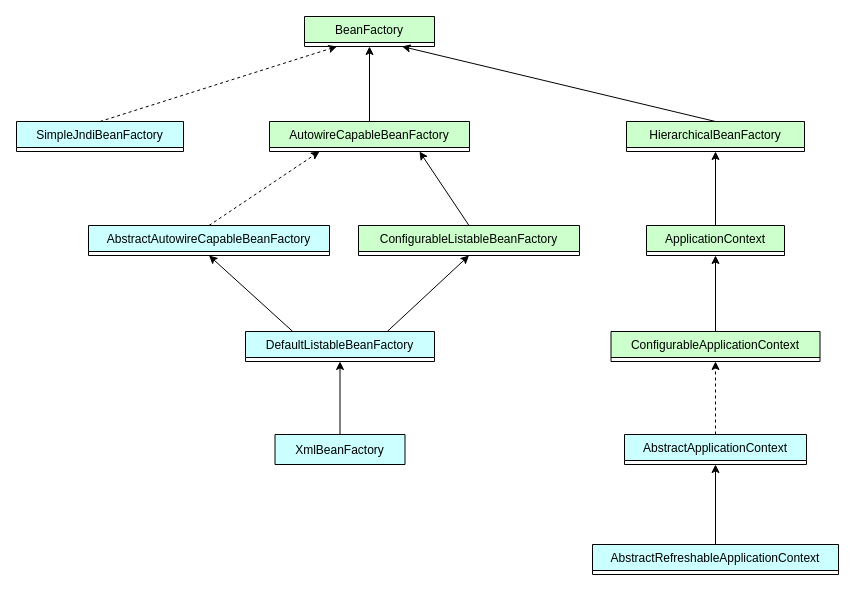
Above: spring/BeanFactory.drawio in MuggleStar/draw_io (draw.io), before the change. Source tidied: cells renumbered, new cells numbered last; positions are measured from the earlier drawing's top-left corner, leaving out a move shared by most shapes. Both pictures are drawn from the tidied source at 100%, with x=0, y=0 at pixel (16, 16).
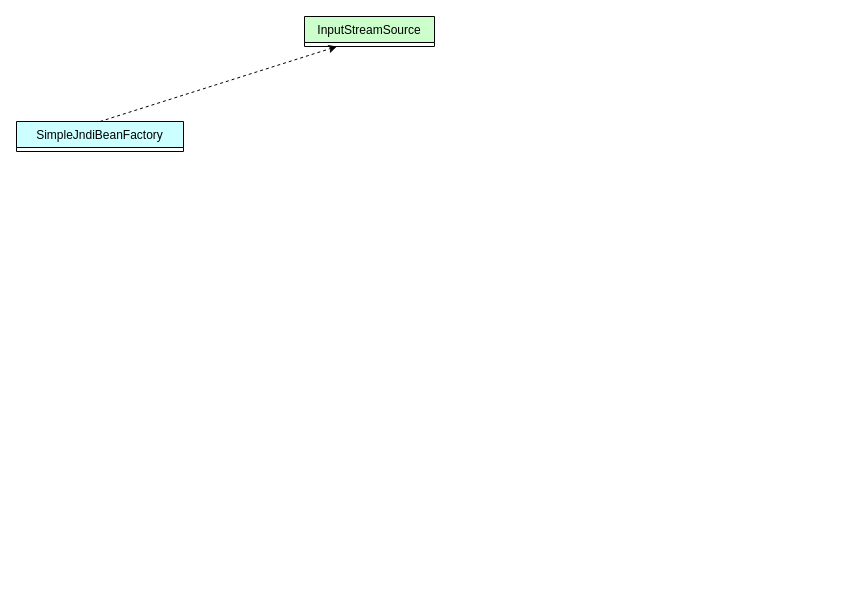
After the change.

Diff of the diagram source:
```diff
@@
-    <mxCell id="2" value="BeanFactory" style="swimlane;fontStyle=0;horizontal=1;startSize=26;fillColor=#CCFFCC;direction=east;strokeColor=default;swimlaneLine=1;glass=0;rounded=0;shadow=0;" parent="1" vertex="1" collapsed="1">
+    <mxCell id="2" value="InputStreamSource" style="swimlane;fontStyle=0;horizontal=1;startSize=26;fillColor=#CCFFCC;direction=east;strokeColor=default;swimlaneLine=1;glass=0;rounded=0;shadow=0;" parent="1" vertex="1" collapsed="1">
       <mxGeometry x="288" width="130" height="30" as="geometry" />
     </mxCell>
-    <mxCell id="3" value="AbstractApplicationContext" style="swimlane;fontStyle=0;horizontal=1;startSize=26;fillColor=#CCFFFF;direction=east;strokeColor=default;swimlaneLine=1;glass=0;rounded=0;shadow=0;" parent="1" vertex="1" collapsed="1">
-      <mxGeometry x="608" y="418" width="182" height="30" as="geometry" />
-    </mxCell>
-    <mxCell id="4" value="AutowireCapableBeanFactory" style="swimlane;fontStyle=0;horizontal=1;startSize=26;fillColor=#CCFFCC;direction=east;strokeColor=default;swimlaneLine=1;glass=0;rounded=0;shadow=0;" parent="1" vertex="1" collapsed="1">
-      <mxGeometry x="253" y="105" width="200" height="30" as="geometry" />
-    </mxCell>
-    <mxCell id="5" value="HierarchicalBeanFactory" style="swimlane;fontStyle=0;horizontal=1;startSize=26;fillColor=#CCFFCC;direction=east;strokeColor=default;swimlaneLine=1;glass=0;rounded=0;shadow=0;" parent="1" vertex="1" collapsed="1">
-      <mxGeometry x="610" y="105" width="178" height="30" as="geometry" />
-    </mxCell>
-    <mxCell id="6" value="ApplicationContext" style="swimlane;fontStyle=0;horizontal=1;startSize=26;fillColor=#CCFFCC;direction=east;strokeColor=default;swimlaneLine=1;glass=0;rounded=0;shadow=0;" parent="1" vertex="1" collapsed="1">
-      <mxGeometry x="630" y="209" width="138" height="30" as="geometry" />
-    </mxCell>
-    <mxCell id="7" value="ConfigurableApplicationContext" style="swimlane;fontStyle=0;horizontal=1;startSize=26;fillColor=#CCFFCC;direction=east;strokeColor=default;swimlaneLine=1;glass=0;rounded=0;shadow=0;" parent="1" vertex="1" collapsed="1">
-      <mxGeometry x="594.5" y="315" width="209" height="30" as="geometry" />
-    </mxCell>
-    <mxCell id="8" value="AbstractRefreshableApplicationContext" style="swimlane;fontStyle=0;horizontal=1;startSize=26;fillColor=#CCFFFF;direction=east;strokeColor=default;swimlaneLine=1;glass=0;rounded=0;shadow=0;" parent="1" vertex="1" collapsed="1">
-      <mxGeometry x="576" y="528" width="246" height="30" as="geometry" />
-    </mxCell>
@@
-    <mxCell id="10" value="ConfigurableListableBeanFactory" style="swimlane;fontStyle=0;horizontal=1;startSize=26;fillColor=#CCFFCC;direction=east;strokeColor=default;swimlaneLine=1;glass=0;rounded=0;shadow=0;" parent="1" vertex="1" collapsed="1">
-      <mxGeometry x="342" y="209" width="221" height="30" as="geometry" />
-    </mxCell>
-    <mxCell id="11" value="AbstractAutowireCapableBeanFactory" style="swimlane;fontStyle=0;horizontal=1;startSize=26;fillColor=#CCFFFF;direction=east;strokeColor=default;swimlaneLine=1;glass=0;rounded=0;shadow=0;" parent="1" vertex="1" collapsed="1">
-      <mxGeometry x="72" y="209" width="241" height="30" as="geometry" />
-    </mxCell>
-    <mxCell id="12" value="DefaultListableBeanFactory" style="swimlane;fontStyle=0;horizontal=1;startSize=26;fillColor=#CCFFFF;direction=east;strokeColor=default;swimlaneLine=1;glass=0;rounded=0;shadow=0;" parent="1" vertex="1" collapsed="1">
-      <mxGeometry x="229" y="315" width="189" height="30" as="geometry" />
-    </mxCell>
-    <mxCell id="13" value="XmlBeanFactory" style="swimlane;fontStyle=0;horizontal=1;startSize=30;fillColor=#CCFFFF;direction=east;strokeColor=default;swimlaneLine=1;glass=0;rounded=0;shadow=0;" parent="1" vertex="1" collapsed="1">
-      <mxGeometry x="258.5" y="418" width="130" height="30" as="geometry" />
-    </mxCell>
-    <mxCell id="14" style="endArrow=classic;html=1;rounded=0;exitX=0.5;exitY=0;exitDx=0;exitDy=0;entryX=0.5;entryY=1;entryDx=0;entryDy=0;" parent="1" edge="1" source="8" target="3">
-      <mxGeometry relative="1" as="geometry" />
-    </mxCell>
-    <mxCell id="15" style="endArrow=classic;html=1;rounded=0;exitX=0.5;exitY=0;exitDx=0;exitDy=0;entryX=0.5;entryY=1;entryDx=0;entryDy=0;dashed=1;" parent="1" edge="1" source="3" target="7">
-      <mxGeometry relative="1" as="geometry" />
-    </mxCell>
-    <mxCell id="16" style="endArrow=classic;html=1;rounded=0;exitX=0.5;exitY=0;exitDx=0;exitDy=0;entryX=0.5;entryY=1;entryDx=0;entryDy=0;" parent="1" edge="1" source="7" target="6">
-      <mxGeometry relative="1" as="geometry" />
-    </mxCell>
-    <mxCell id="17" style="endArrow=classic;html=1;rounded=0;exitX=0.5;exitY=0;exitDx=0;exitDy=0;entryX=0.5;entryY=1;entryDx=0;entryDy=0;" parent="1" edge="1" source="6" target="5">
-      <mxGeometry relative="1" as="geometry" />
-    </mxCell>
-    <mxCell id="18" style="endArrow=classic;html=1;rounded=0;exitX=0.5;exitY=0;exitDx=0;exitDy=0;" parent="1" edge="1" source="13" target="12">
-      <mxGeometry relative="1" as="geometry" />
-    </mxCell>
-    <mxCell id="19" style="endArrow=classic;html=1;rounded=0;exitX=0.75;exitY=0;exitDx=0;exitDy=0;entryX=0.5;entryY=1;entryDx=0;entryDy=0;" parent="1" edge="1" source="12" target="10">
-      <mxGeometry relative="1" as="geometry" />
-    </mxCell>
-    <mxCell id="20" style="endArrow=classic;html=1;rounded=0;exitX=0.25;exitY=0;exitDx=0;exitDy=0;entryX=0.5;entryY=1;entryDx=0;entryDy=0;" parent="1" edge="1" source="12" target="11">
-      <mxGeometry relative="1" as="geometry" />
-    </mxCell>
-    <mxCell id="21" style="endArrow=classic;html=1;rounded=0;exitX=0.5;exitY=0;exitDx=0;exitDy=0;entryX=0.75;entryY=1;entryDx=0;entryDy=0;" parent="1" edge="1" source="10" target="4">
-      <mxGeometry relative="1" as="geometry" />
-    </mxCell>
-    <mxCell id="22" style="endArrow=classic;html=1;rounded=0;exitX=0.5;exitY=0;exitDx=0;exitDy=0;entryX=0.25;entryY=1;entryDx=0;entryDy=0;dashed=1;" parent="1" edge="1" source="11" target="4">
-      <mxGeometry relative="1" as="geometry" />
-    </mxCell>
-    <mxCell id="23" style="endArrow=classic;html=1;rounded=0;exitX=0.5;exitY=0;exitDx=0;exitDy=0;entryX=0.75;entryY=1;entryDx=0;entryDy=0;" parent="1" edge="1" source="5" target="2">
-      <mxGeometry relative="1" as="geometry" />
-    </mxCell>
-    <mxCell id="24" style="endArrow=classic;html=1;rounded=0;exitX=0.5;exitY=0;exitDx=0;exitDy=0;entryX=0.5;entryY=1;entryDx=0;entryDy=0;" parent="1" edge="1" source="4" target="2">
-      <mxGeometry relative="1" as="geometry" />
-    </mxCell>
```
